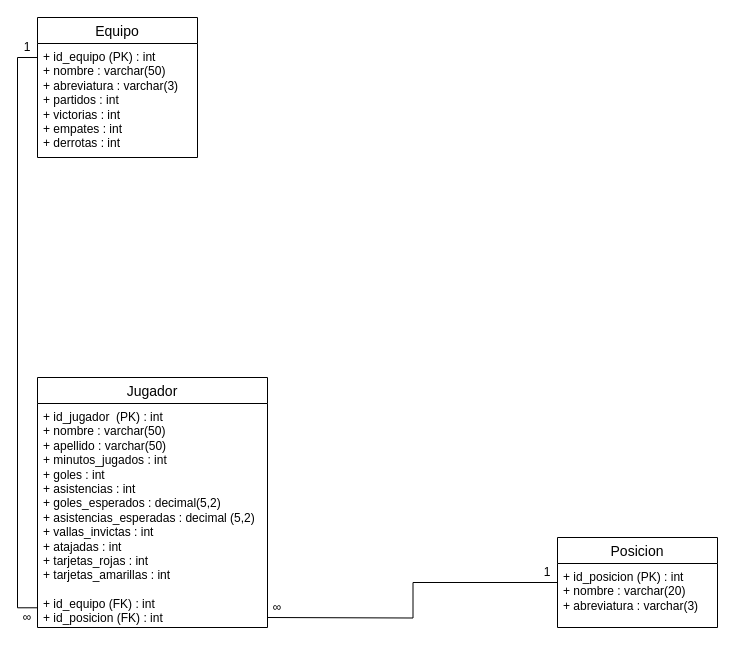
The draw.io diagram design/modelo-relacional-premier-league-analytics.drawio in NachoParedes/premier-league-analytics, before the edit. Source tidied: cells renumbered, new cells numbered last; positions are measured from the earlier drawing's top-left corner, leaving out a move shared by most shapes. Both pictures are drawn from the tidied source at 100%, with x=0, y=0 at pixel (17, 17).
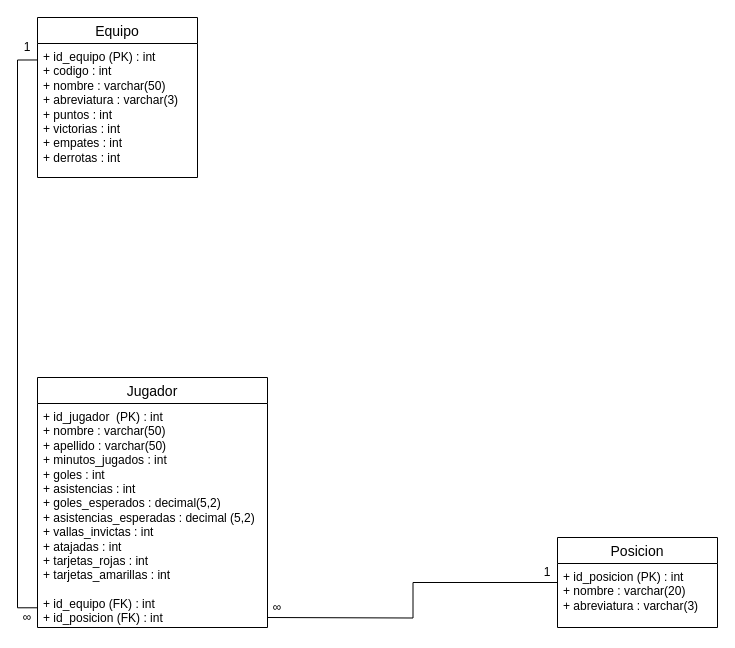
The same diagram, later.

Commit message (it also covers changes not shown here):
feat: actualizar tabla equipo con puntos y metricas de rendimiento

The edit, as a diff of the source:
```diff
@@
 <mxGraphModel>
   <root>
     <mxCell id="0" />
     <mxCell id="1" parent="0" />
     <mxCell id="2" style="edgeStyle=orthogonalEdgeStyle;rounded=0;jettySize=auto;html=1;exitX=0;exitY=0.123;exitDx=0;exitDy=0;entryX=-0.002;entryY=0.912;entryDx=0;entryDy=0;entryPerimeter=0;endArrow=none;endFill=0;exitPerimeter=0;" parent="1" edge="1" source="4" target="8">
       <mxGeometry relative="1" as="geometry" />
     </mxCell>
     <mxCell id="3" value="Equipo" style="swimlane;fontStyle=0;horizontal=1;startSize=26;align=center;fontSize=14;" parent="1" vertex="1">
-      <mxGeometry x="20" width="160" height="140" as="geometry" />
+      <mxGeometry x="20" width="160" height="160" as="geometry" />
     </mxCell>
-    <mxCell id="4" value="+ id_equipo (PK) : int&lt;div&gt;+ nombre : varchar(50)&lt;/div&gt;&lt;div&gt;+ abreviatura : varchar(3)&lt;/div&gt;&lt;div&gt;+ partidos : int&lt;/div&gt;&lt;div&gt;+ victorias : int&lt;/div&gt;&lt;div&gt;+ empates : int&lt;/div&gt;&lt;div&gt;+ derrotas : int&lt;/div&gt;" style="text;strokeColor=none;fillColor=none;spacingLeft=4;spacingRight=4;overflow=hidden;points=[[0,0.5],[1,0.5]];portConstraint=eastwest;fontSize=12;whiteSpace=wrap;html=1;" parent="3" vertex="1">
-      <mxGeometry y="26" width="160" height="114" as="geometry" />
+    <mxCell id="4" value="+ id_equipo (PK) : int&lt;div&gt;+ codigo : int&lt;br&gt;&lt;div&gt;+ nombre : varchar(50)&lt;/div&gt;&lt;div&gt;+ abreviatura : varchar(3)&lt;/div&gt;&lt;div&gt;+ puntos : int&lt;/div&gt;&lt;div&gt;+ victorias : int&lt;/div&gt;&lt;div&gt;+ empates : int&lt;/div&gt;&lt;div&gt;+ derrotas : int&lt;/div&gt;&lt;/div&gt;" style="text;strokeColor=none;fillColor=none;spacingLeft=4;spacingRight=4;overflow=hidden;points=[[0,0.5],[1,0.5]];portConstraint=eastwest;fontSize=12;whiteSpace=wrap;html=1;" parent="3" vertex="1">
+      <mxGeometry y="26" width="160" height="134" as="geometry" />
     </mxCell>
     <mxCell id="5" value="Posicion" style="swimlane;fontStyle=0;horizontal=1;startSize=26;align=center;fontSize=14;" parent="1" vertex="1">
       <mxGeometry x="540" y="520" width="160" height="90" as="geometry" />
     </mxCell>
     <mxCell id="6" value="+ id_posicion (PK) : int&lt;div&gt;+ nombre : varchar(20)&lt;/div&gt;&lt;div&gt;+ abreviatura : varchar(3)&lt;/div&gt;&lt;div&gt;&lt;br&gt;&lt;/div&gt;" style="text;strokeColor=none;fillColor=none;spacingLeft=4;spacingRight=4;overflow=hidden;fontSize=12;whiteSpace=wrap;html=1;" parent="5" vertex="1">
       <mxGeometry y="26" width="160" height="64" as="geometry" />
     </mxCell>
     <mxCell id="7" value="Jugador" style="swimlane;fontStyle=0;horizontal=1;startSize=26;align=center;fontSize=14;" parent="1" vertex="1">
       <mxGeometry x="20" y="360" width="230" height="250" as="geometry" />
     </mxCell>
     <mxCell id="8" value="+ id_jugador&amp;nbsp; (PK) : int&lt;div&gt;+ nombre : varchar(50)&lt;/div&gt;&lt;div&gt;+ apellido : varchar(50)&lt;/div&gt;&lt;div&gt;+ minutos_jugados : int&lt;/div&gt;&lt;div&gt;+ goles : int&lt;/div&gt;&lt;div&gt;+ asistencias : int&lt;/div&gt;&lt;div&gt;+ goles_esperados : decimal(5,2)&lt;/div&gt;&lt;div&gt;+ asistencias_esperadas : decimal (5,2)&lt;/div&gt;&lt;div&gt;+ vallas_invictas : int&lt;/div&gt;&lt;div&gt;+ atajadas : int&lt;/div&gt;&lt;div&gt;+ tarjetas_rojas : int&lt;/div&gt;&lt;div&gt;+ tarjetas_amarillas : int&lt;/div&gt;&lt;div&gt;&lt;br&gt;&lt;/div&gt;&lt;div&gt;+ id_equipo (FK) : int&lt;/div&gt;&lt;div&gt;+ id_posicion (FK) : int&lt;/div&gt;" style="text;strokeColor=none;fillColor=none;spacingLeft=4;spacingRight=4;overflow=hidden;points=[[0,0.5],[1,0.5]];portConstraint=eastwest;fontSize=12;whiteSpace=wrap;html=1;" parent="7" vertex="1">
       <mxGeometry y="26" width="230" height="224" as="geometry" />
     </mxCell>
     <mxCell id="9" style="edgeStyle=orthogonalEdgeStyle;rounded=0;jettySize=auto;html=1;exitX=0;exitY=0.5;exitDx=0;exitDy=0;endArrow=none;endFill=0;" parent="1" edge="1" source="5">
       <mxGeometry relative="1" as="geometry">
         <mxPoint x="250" y="600" as="targetPoint" />
       </mxGeometry>
     </mxCell>
     <mxCell id="10" value="1" style="text;html=1;whiteSpace=wrap;strokeColor=none;fillColor=none;align=center;verticalAlign=middle;rounded=0;" parent="1" vertex="1">
       <mxGeometry y="20" width="20" height="20" as="geometry" />
     </mxCell>
     <mxCell id="11" value="∞" style="text;html=1;whiteSpace=wrap;strokeColor=none;fillColor=none;align=center;verticalAlign=middle;rounded=0;" parent="1" vertex="1">
       <mxGeometry y="590" width="20" height="20" as="geometry" />
     </mxCell>
     <mxCell id="12" value="∞" style="text;html=1;whiteSpace=wrap;strokeColor=none;fillColor=none;align=center;verticalAlign=middle;rounded=0;" parent="1" vertex="1">
       <mxGeometry x="250" y="580" width="20" height="20" as="geometry" />
     </mxCell>
     <mxCell id="13" value="1" style="text;html=1;whiteSpace=wrap;strokeColor=none;fillColor=none;align=center;verticalAlign=middle;rounded=0;" parent="1" vertex="1">
       <mxGeometry x="520" y="545" width="20" height="20" as="geometry" />
     </mxCell>
   </root>
 </mxGraphModel>
```
